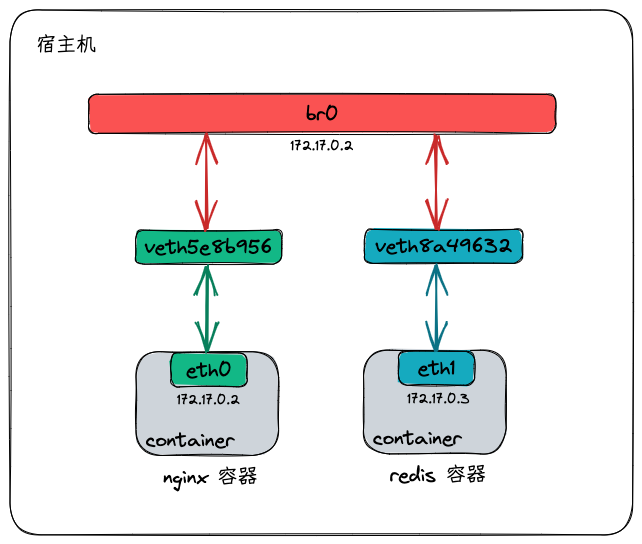
iDukeLu/iDukeLu.github.io keeps this Excalidraw diagram as static/excalidraw/docker/linux_bridge_in_docker.excalidraw.png. Above is the earlier version. Source tidied: one line per element, renumbered; positions are measured from the earlier drawing's top-left corner, leaving out a move shared by most shapes. The source it was exported from:
```json
{"id": 0, "type": "rectangle", "strokeColor": "#000000", "backgroundColor": "#ced4da", "fillStyle": "solid", "strokeWidth": 1, "roughness": 1, "round": true, "x": 126, "y": 342, "width": 143, "height": 104}
{"id": 1, "type": "rectangle", "strokeColor": "#000000", "backgroundColor": "#12b886", "fillStyle": "solid", "strokeWidth": 1, "roughness": 1, "round": true, "x": 161, "y": 343, "width": 76, "height": 34}
{"id": 2, "type": "text", "text": "eth0", "strokeColor": "#000000", "strokeWidth": 1, "roughness": 1, "fontSize": 20, "fontFamily": 1, "textAlign": "center", "verticalAlign": "middle", "inside": 1, "x": 176, "y": 348, "width": 46, "height": 24}
{"id": 3, "type": "text", "text": "container", "strokeColor": "#000000", "strokeWidth": 1, "roughness": 1, "fontSize": 20, "fontFamily": 1, "x": 136, "y": 418, "width": 88, "height": 24}
{"id": 4, "type": "text", "text": "nginx 容器", "strokeColor": "#000000", "strokeWidth": 1, "roughness": 1, "fontSize": 20, "fontFamily": 1, "x": 153, "y": 455, "width": 94, "height": 24}
{"id": 5, "type": "text", "text": "宿主机", "strokeColor": "#000000", "strokeWidth": 1, "roughness": 1, "fontSize": 20, "fontFamily": 1, "x": 26, "y": 23, "width": 60, "height": 24}
{"id": 6, "type": "text", "text": "172.17.0.2", "strokeColor": "#000000", "strokeWidth": 1, "roughness": 1, "fontSize": 13.82, "fontFamily": 1, "x": 167, "y": 382, "width": 63, "height": 16}
{"id": 7, "type": "rectangle", "strokeColor": "#000000", "backgroundColor": "#fa5252", "fillStyle": "solid", "strokeWidth": 1, "roughness": 1, "round": true, "x": 79, "y": 84, "width": 467, "height": 39}
{"id": 8, "type": "text", "text": "br0", "strokeColor": "#000000", "strokeWidth": 1, "roughness": 1, "fontSize": 20, "fontFamily": 1, "textAlign": "center", "verticalAlign": "middle", "inside": 7, "x": 296, "y": 92, "width": 33, "height": 24}
{"id": 9, "type": "rectangle", "strokeColor": "#000000", "backgroundColor": "#12b886", "fillStyle": "solid", "strokeWidth": 1, "roughness": 1, "round": true, "x": 126, "y": 220, "width": 146, "height": 34}
{"id": 10, "type": "text", "text": "veth5e8b956", "strokeColor": "#000000", "strokeWidth": 1, "roughness": 1, "fontSize": 20, "fontFamily": 1, "textAlign": "center", "verticalAlign": "middle", "inside": 9, "x": 134, "y": 225, "width": 129, "height": 24}
{"id": 11, "type": "arrow", "strokeColor": "#087f5b", "backgroundColor": "#228be6", "fillStyle": "solid", "strokeWidth": 2, "roughness": 1, "startArrowhead": "arrow", "endArrowhead": "arrow", "round": true, "from": 1, "to": 9, "x": 198, "y": 342, "width": 0, "height": 87, "points": [[0, 0], [0, -87]]}
{"id": 12, "type": "rectangle", "strokeColor": "#000000", "strokeWidth": 1, "roughness": 1, "round": true, "x": 0, "y": 0, "width": 623, "height": 525}
{"id": 13, "type": "rectangle", "strokeColor": "#000000", "backgroundColor": "#ced4da", "fillStyle": "solid", "strokeWidth": 1, "roughness": 1, "round": true, "x": 354, "y": 340, "width": 143, "height": 104}
{"id": 14, "type": "rectangle", "strokeColor": "#000000", "backgroundColor": "#15aabf", "fillStyle": "solid", "strokeWidth": 1, "roughness": 1, "round": true, "x": 389, "y": 341, "width": 76, "height": 34}
{"id": 15, "type": "text", "text": "eth1", "strokeColor": "#000000", "strokeWidth": 1, "roughness": 1, "fontSize": 20, "fontFamily": 1, "textAlign": "center", "verticalAlign": "middle", "inside": 14, "x": 408, "y": 346, "width": 38, "height": 24}
{"id": 16, "type": "text", "text": "container", "strokeColor": "#000000", "strokeWidth": 1, "roughness": 1, "fontSize": 20, "fontFamily": 1, "x": 363, "y": 416, "width": 88, "height": 24}
{"id": 17, "type": "text", "text": "redis 容器", "strokeColor": "#000000", "strokeWidth": 1, "roughness": 1, "fontSize": 20, "fontFamily": 1, "x": 380, "y": 453, "width": 96, "height": 24}
{"id": 18, "type": "text", "text": "172.17.0.3", "strokeColor": "#000000", "strokeWidth": 1, "roughness": 1, "fontSize": 13.82, "fontFamily": 1, "x": 397, "y": 381, "width": 62, "height": 16}
{"id": 19, "type": "rectangle", "strokeColor": "#000000", "backgroundColor": "#15aabf", "fillStyle": "solid", "strokeWidth": 1, "roughness": 1, "round": true, "x": 355, "y": 219, "width": 158, "height": 34}
{"id": 20, "type": "text", "text": "veth8a49632", "strokeColor": "#000000", "strokeWidth": 1, "roughness": 1, "fontSize": 20, "fontFamily": 1, "textAlign": "center", "verticalAlign": "middle", "inside": 19, "x": 365, "y": 224, "width": 137, "height": 24}
{"id": 21, "type": "arrow", "strokeColor": "#0b7285", "backgroundColor": "#228be6", "fillStyle": "solid", "strokeWidth": 2, "roughness": 1, "startArrowhead": "arrow", "endArrowhead": "arrow", "round": true, "from": 14, "to": 19, "x": 426, "y": 340, "width": 0, "height": 86, "points": [[0, 0], [0, -86]]}
{"id": 22, "type": "arrow", "strokeColor": "#c92a2a", "backgroundColor": "#fa5252", "fillStyle": "hachure", "strokeWidth": 2, "roughness": 1, "startArrowhead": "arrow", "endArrowhead": "arrow", "round": true, "from": 9, "to": 7, "x": 196, "y": 219, "width": 1, "height": 95, "points": [[0, 0], [-1, -95]]}
{"id": 23, "type": "arrow", "strokeColor": "#c92a2a", "backgroundColor": "#fa5252", "fillStyle": "hachure", "strokeWidth": 2, "roughness": 1, "startArrowhead": "arrow", "endArrowhead": "arrow", "round": true, "from": 19, "to": 7, "x": 427, "y": 218, "width": 2, "height": 94, "points": [[0, 0], [-2, -94]]}
{"id": 24, "type": "text", "text": "172.17.0.2", "strokeColor": "#000000", "strokeWidth": 1, "roughness": 1, "fontSize": 13.82, "fontFamily": 1, "x": 281, "y": 129, "width": 63, "height": 16}
```
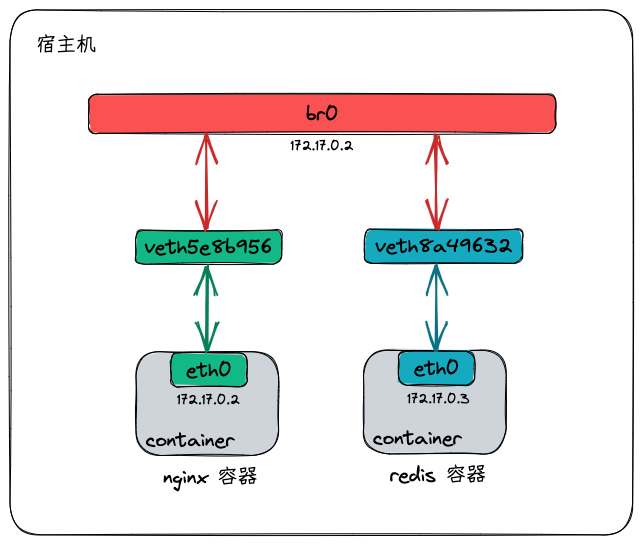
Later version of the same file.

Change to the diagram source:
```diff
@@ -13,7 +13,7 @@
 {"id": 12, "type": "rectangle", "strokeColor": "#000000", "strokeWidth": 1, "roughness": 1, "round": true, "x": 0, "y": 0, "width": 623, "height": 525}
 {"id": 13, "type": "rectangle", "strokeColor": "#000000", "backgroundColor": "#ced4da", "fillStyle": "solid", "strokeWidth": 1, "roughness": 1, "round": true, "x": 354, "y": 340, "width": 143, "height": 104}
 {"id": 14, "type": "rectangle", "strokeColor": "#000000", "backgroundColor": "#15aabf", "fillStyle": "solid", "strokeWidth": 1, "roughness": 1, "round": true, "x": 389, "y": 341, "width": 76, "height": 34}
-{"id": 15, "type": "text", "text": "eth1", "strokeColor": "#000000", "strokeWidth": 1, "roughness": 1, "fontSize": 20, "fontFamily": 1, "textAlign": "center", "verticalAlign": "middle", "inside": 14, "x": 408, "y": 346, "width": 38, "height": 24}
+{"id": 15, "type": "text", "text": "eth0", "strokeColor": "#000000", "strokeWidth": 1, "roughness": 1, "fontSize": 20, "fontFamily": 1, "textAlign": "center", "verticalAlign": "middle", "inside": 14, "x": 404, "y": 346, "width": 46, "height": 24}
 {"id": 16, "type": "text", "text": "container", "strokeColor": "#000000", "strokeWidth": 1, "roughness": 1, "fontSize": 20, "fontFamily": 1, "x": 363, "y": 416, "width": 88, "height": 24}
 {"id": 17, "type": "text", "text": "redis 容器", "strokeColor": "#000000", "strokeWidth": 1, "roughness": 1, "fontSize": 20, "fontFamily": 1, "x": 380, "y": 453, "width": 96, "height": 24}
 {"id": 18, "type": "text", "text": "172.17.0.3", "strokeColor": "#000000", "strokeWidth": 1, "roughness": 1, "fontSize": 13.82, "fontFamily": 1, "x": 397, "y": 381, "width": 62, "height": 16}
```
